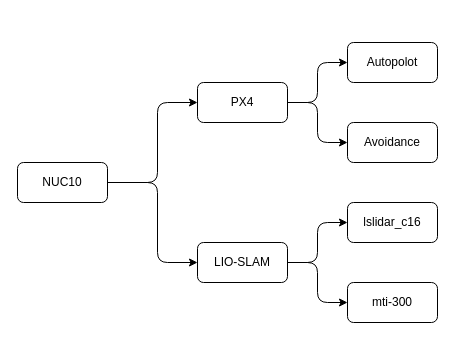
The draw.io diagram draw.io/PX4+SLAM.drawio in MistyMoonR/tsinghua-PX4-ROS, before the edit. Source tidied: cells renumbered, new cells numbered last; positions are measured from the earlier drawing's top-left corner, leaving out a move shared by most shapes. Both pictures are drawn from the tidied source at 100%, with x=0, y=0 at pixel (17, 42).
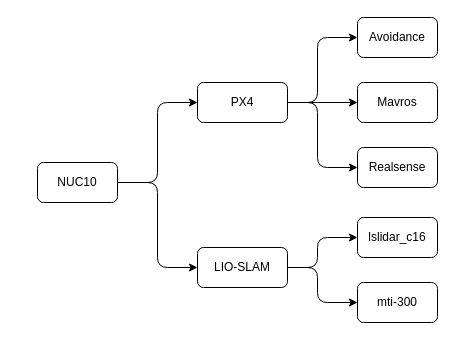
After the change.

Unchanged cells that the change refers to:
```xml
<mxCell id="3" value="PX4" style="rounded=1;whiteSpace=wrap;html=1;" parent="1" vertex="1">
  <mxGeometry x="180" y="40" width="90" height="40" as="geometry" />
</mxCell>
```

The edit, as a diff of the source:
```diff
@@
-    <mxCell id="2" style="edgeStyle=orthogonalEdgeStyle;rounded=1;jettySize=auto;html=1;entryX=0;entryY=0.5;entryDx=0;entryDy=0;" parent="1" edge="1" source="3" target="4">
+    <mxCell id="2" style="edgeStyle=orthogonalEdgeStyle;rounded=1;jettySize=auto;html=1;" parent="1" edge="1" source="3" target="5">
       <mxGeometry relative="1" as="geometry">
         <Array as="points">
           <mxPoint x="300" y="60" />
-          <mxPoint x="300" y="20" />
+          <mxPoint x="300" y="-5" />
         </Array>
       </mxGeometry>
     </mxCell>
@@
-    <mxCell id="4" value="Autopolot" style="rounded=1;whiteSpace=wrap;html=1;" parent="1" vertex="1">
-      <mxGeometry x="330" width="90" height="40" as="geometry" />
-    </mxCell>
-    <mxCell id="5" value="Avoidance" style="rounded=1;whiteSpace=wrap;html=1;" parent="1" vertex="1">
-      <mxGeometry x="330" y="80" width="90" height="40" as="geometry" />
-    </mxCell>
-    <mxCell id="6" style="edgeStyle=orthogonalEdgeStyle;rounded=1;jettySize=auto;html=1;" parent="1" edge="1" source="3" target="5">
+    <mxCell id="6" style="edgeStyle=orthogonalEdgeStyle;rounded=1;jettySize=auto;html=1;" parent="1" edge="1" source="3" target="16">
       <mxGeometry relative="1" as="geometry">
         <Array as="points">
           <mxPoint x="300" y="60" />
-          <mxPoint x="300" y="100" />
+          <mxPoint x="300" y="125" />
         </Array>
       </mxGeometry>
     </mxCell>
     <mxCell id="7" value="LIO-SLAM" style="rounded=1;whiteSpace=wrap;html=1;" parent="1" vertex="1">
-      <mxGeometry x="180" y="200" width="90" height="40" as="geometry" />
+      <mxGeometry x="180" y="205" width="90" height="40" as="geometry" />
     </mxCell>
     <mxCell id="8" value="NUC10" style="rounded=1;whiteSpace=wrap;html=1;" parent="1" vertex="1">
-      <mxGeometry y="120" width="90" height="40" as="geometry" />
+      <mxGeometry x="20" y="120" width="80" height="40" as="geometry" />
     </mxCell>
     <mxCell id="9" value="lslidar_c16" style="rounded=1;whiteSpace=wrap;html=1;" parent="1" vertex="1">
-      <mxGeometry x="330" y="160" width="90" height="40" as="geometry" />
+      <mxGeometry x="340" y="175" width="80" height="40" as="geometry" />
     </mxCell>
     <mxCell id="10" value="mti-300" style="rounded=1;whiteSpace=wrap;html=1;" parent="1" vertex="1">
-      <mxGeometry x="330" y="240" width="90" height="40" as="geometry" />
+      <mxGeometry x="340" y="240" width="80" height="40" as="geometry" />
     </mxCell>
     <mxCell id="11" style="edgeStyle=orthogonalEdgeStyle;rounded=1;jettySize=auto;html=1;entryX=0;entryY=0.5;entryDx=0;entryDy=0;exitX=1;exitY=0.5;exitDx=0;exitDy=0;" parent="1" edge="1" source="7" target="10">
       <mxGeometry relative="1" as="geometry">
         <Array as="points">
-          <mxPoint x="300" y="220" />
+          <mxPoint x="300" y="225" />
           <mxPoint x="300" y="260" />
         </Array>
       </mxGeometry>
     </mxCell>
     <mxCell id="12" style="edgeStyle=orthogonalEdgeStyle;rounded=1;jettySize=auto;html=1;entryX=0;entryY=0.5;entryDx=0;entryDy=0;exitX=1;exitY=0.5;exitDx=0;exitDy=0;" parent="1" edge="1" source="7" target="9">
       <mxGeometry relative="1" as="geometry">
         <Array as="points">
-          <mxPoint x="300" y="220" />
-          <mxPoint x="300" y="180" />
+          <mxPoint x="300" y="225" />
+          <mxPoint x="300" y="195" />
         </Array>
       </mxGeometry>
     </mxCell>
@@
     <mxCell id="14" style="edgeStyle=orthogonalEdgeStyle;rounded=1;jettySize=auto;html=1;entryX=0;entryY=0.5;entryDx=0;entryDy=0;exitX=1;exitY=0.5;exitDx=0;exitDy=0;" parent="1" edge="1" source="8" target="7">
       <mxGeometry relative="1" as="geometry">
         <Array as="points">
           <mxPoint x="140" y="140" />
-          <mxPoint x="140" y="220" />
+          <mxPoint x="140" y="225" />
         </Array>
       </mxGeometry>
     </mxCell>
+    <mxCell id="5" value="Avoidance" style="rounded=1;whiteSpace=wrap;html=1;" parent="1" vertex="1">
+      <mxGeometry x="340" y="-25" width="80" height="40" as="geometry" />
+    </mxCell>
+    <mxCell id="15" value="Mavros" style="rounded=1;whiteSpace=wrap;html=1;" parent="1" vertex="1">
+      <mxGeometry x="340" y="40" width="80" height="40" as="geometry" />
+    </mxCell>
+    <mxCell id="16" value="Realsense" style="rounded=1;whiteSpace=wrap;html=1;" parent="1" vertex="1">
+      <mxGeometry x="340" y="105" width="80" height="40" as="geometry" />
+    </mxCell>
+    <mxCell id="17" style="edgeStyle=orthogonalEdgeStyle;rounded=1;jettySize=auto;html=1;" parent="1" edge="1" source="3" target="15">
+      <mxGeometry relative="1" as="geometry">
+        <Array as="points">
+          <mxPoint x="290" y="60" />
+          <mxPoint x="290" y="60" />
+        </Array>
+      </mxGeometry>
+    </mxCell>
```
